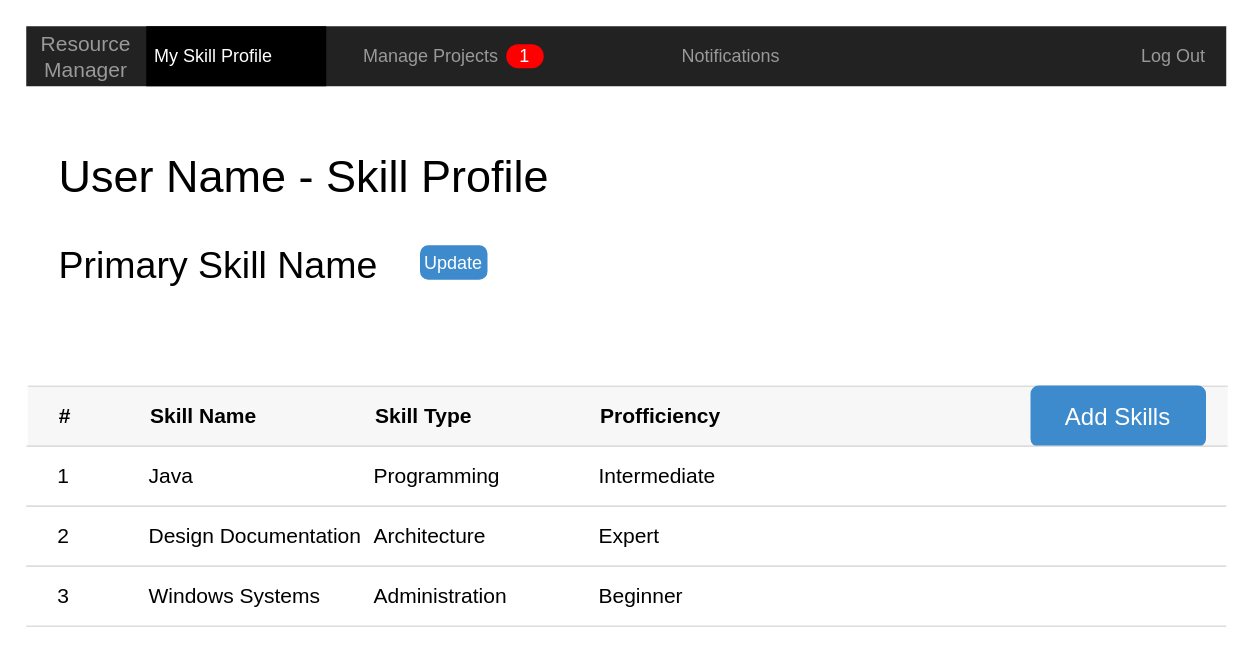
This is Documentation/Wireframes/Update Skills.drawio from MatthewJuliusScott/ResourceManager, a draw.io file, before an edit. Source tidied: cells renumbered, new cells numbered last; positions are measured from the earlier drawing's top-left corner, leaving out a move shared by most shapes. Both pictures are drawn from the tidied source at 150%, with x=0, y=0 at pixel (26, 26).
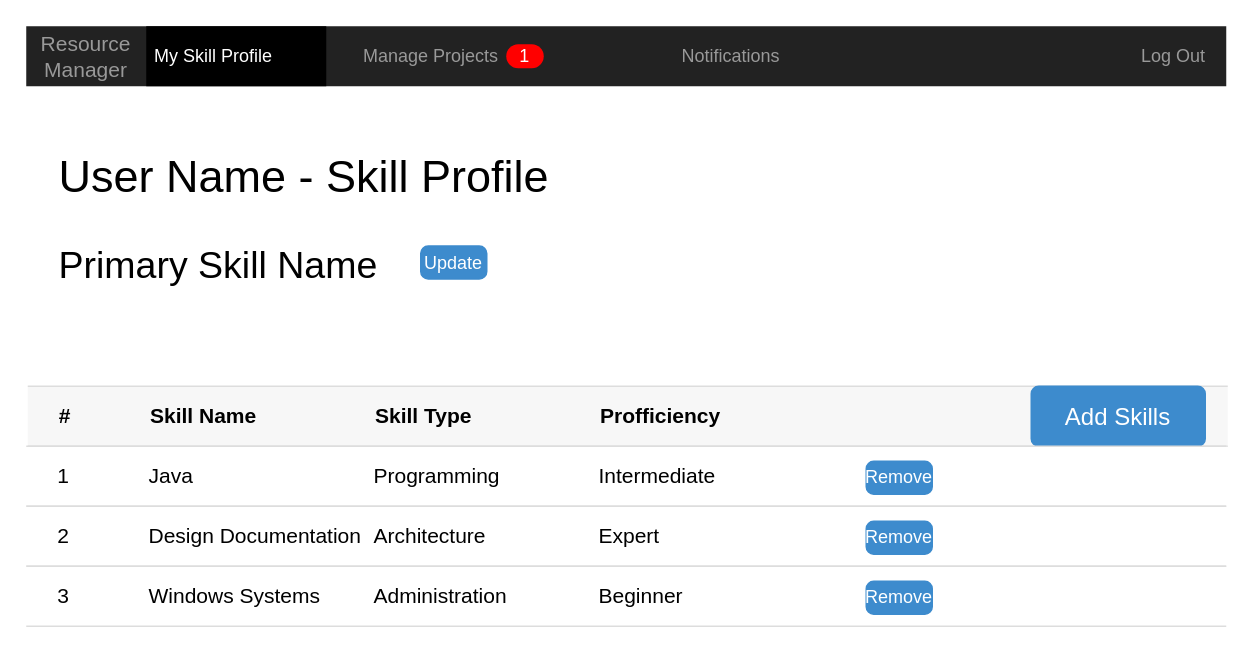
Above is the later version.

Commit message (it also covers changes not shown here):
Added Full use case for RemoveSkills and updated Wireframe for "update Skills"

Unchanged cells that the change refers to:
```xml
<mxCell id="19" style="strokeColor=inherit;fillColor=inherit;gradientColor=inherit;html=1;shadow=0;dashed=0;shape=mxgraph.bootstrap.horLines;" parent="12" vertex="1">
  <mxGeometry width="800" height="40" relative="1" as="geometry">
    <mxPoint y="40" as="offset" />
  </mxGeometry>
</mxCell>
<mxCell id="24" style="strokeColor=inherit;fillColor=inherit;gradientColor=inherit;html=1;shadow=0;dashed=0;shape=mxgraph.bootstrap.horLines;" parent="12" vertex="1">
  <mxGeometry width="800" height="40" relative="1" as="geometry">
    <mxPoint y="80" as="offset" />
  </mxGeometry>
</mxCell>
<mxCell id="29" style="strokeColor=inherit;fillColor=inherit;gradientColor=inherit;html=1;shadow=0;dashed=0;shape=mxgraph.bootstrap.horLines;" parent="12" vertex="1">
  <mxGeometry width="800" height="40" relative="1" as="geometry">
    <mxPoint y="120" as="offset" />
  </mxGeometry>
</mxCell>
```

Change to the diagram source:
```diff
@@
+    <mxCell id="34" value="Remove" style="html=1;shadow=0;dashed=0;shape=mxgraph.bootstrap.rrect;rSize=5;fillColor=#3D8BCD;align=center;strokeColor=#3D8BCD;fontColor=#ffffff;fontSize=12;whiteSpace=wrap;" parent="19" vertex="1">
+      <mxGeometry x="560" y="10" width="44" height="22" as="geometry" />
+    </mxCell>
@@
+    <mxCell id="35" value="Remove" style="html=1;shadow=0;dashed=0;shape=mxgraph.bootstrap.rrect;rSize=5;fillColor=#3D8BCD;align=center;strokeColor=#3D8BCD;fontColor=#ffffff;fontSize=12;whiteSpace=wrap;" parent="24" vertex="1">
+      <mxGeometry x="560" y="10" width="44" height="22" as="geometry" />
+    </mxCell>
@@
+    <mxCell id="36" value="Remove" style="html=1;shadow=0;dashed=0;shape=mxgraph.bootstrap.rrect;rSize=5;fillColor=#3D8BCD;align=center;strokeColor=#3D8BCD;fontColor=#ffffff;fontSize=12;whiteSpace=wrap;" parent="29" vertex="1">
+      <mxGeometry x="560" y="10" width="44" height="22" as="geometry" />
+    </mxCell>
```
